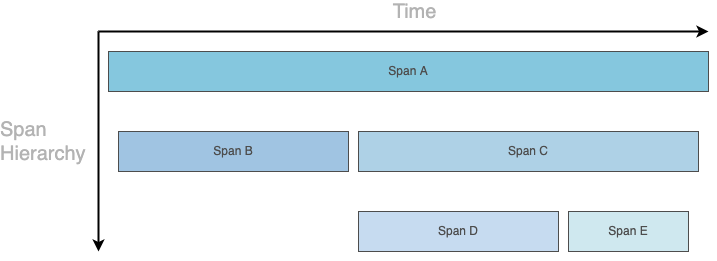
Above: docs/img/traces.png in notniknot/technical-observability-for-ml (draw.io), before the change. Source tidied: cells renumbered, new cells last; positions are measured from the earlier drawing's top-left corner, leaving out a move shared by most shapes. The source it was exported from:
```xml
<mxGraphModel>
  <root>
    <mxCell id="0" />
    <mxCell id="1" parent="0" />
    <mxCell id="2" style="group;" parent="1" vertex="1">
      <mxGeometry width="610" height="220" as="geometry" />
    </mxCell>
    <mxCell id="3" value="Span A" style="rounded=0;whiteSpace=wrap;html=1;fillColor=#85C7DE;strokeColor=#4D4D4D;fontColor=#4D4D4D;" parent="2" vertex="1">
      <mxGeometry x="10" y="20" width="600" height="40" as="geometry" />
    </mxCell>
    <mxCell id="4" value="Span B" style="rounded=0;whiteSpace=wrap;html=1;fillColor=#A0C4E2;strokeColor=#4D4D4D;fontColor=#4D4D4D;" parent="2" vertex="1">
      <mxGeometry x="20" y="100" width="230" height="40" as="geometry" />
    </mxCell>
    <mxCell id="5" value="Span C" style="rounded=0;whiteSpace=wrap;html=1;fillColor=#AED1E6;strokeColor=#4D4D4D;fontColor=#4D4D4D;" parent="2" vertex="1">
      <mxGeometry x="260" y="100" width="340" height="40" as="geometry" />
    </mxCell>
    <mxCell id="6" value="Span D" style="rounded=0;whiteSpace=wrap;html=1;fillColor=#C6DBF0;strokeColor=#4D4D4D;fontColor=#4D4D4D;" parent="2" vertex="1">
      <mxGeometry x="260" y="180" width="200" height="40" as="geometry" />
    </mxCell>
    <mxCell id="7" value="Span E" style="rounded=0;whiteSpace=wrap;html=1;fillColor=#CFE8EF;strokeColor=#4D4D4D;fontColor=#4D4D4D;" parent="2" vertex="1">
      <mxGeometry x="470" y="180" width="120" height="40" as="geometry" />
    </mxCell>
    <mxCell id="8" style="endArrow=classic;html=1;fontColor=#4D4D4D;strokeWidth=2;" parent="2" edge="1">
      <mxGeometry relative="1" as="geometry">
        <mxPoint as="sourcePoint" />
        <mxPoint x="610" as="targetPoint" />
      </mxGeometry>
    </mxCell>
    <mxCell id="9" value="Time" style="edgeLabel;html=1;align=center;verticalAlign=middle;fontColor=#B3B3B3;fontSize=20;labelBackgroundColor=none;" parent="8" vertex="1">
      <mxGeometry x="0.01" y="4" relative="1" as="geometry">
        <mxPoint x="7" y="-16" as="offset" />
      </mxGeometry>
    </mxCell>
    <mxCell id="10" style="endArrow=classic;html=1;fontColor=#4D4D4D;strokeWidth=2;" parent="2" edge="1">
      <mxGeometry relative="1" as="geometry">
        <mxPoint as="sourcePoint" />
        <mxPoint y="220" as="targetPoint" />
      </mxGeometry>
    </mxCell>
    <mxCell id="11" value="Span&lt;br&gt;Hierarchy" style="edgeLabel;html=1;align=left;verticalAlign=middle;fontColor=#B3B3B3;fontSize=20;labelBackgroundColor=none;" parent="10" vertex="1">
      <mxGeometry x="0.01" y="4" relative="1" as="geometry">
        <mxPoint x="-104" y="-2" as="offset" />
      </mxGeometry>
    </mxCell>
  </root>
</mxGraphModel>
```
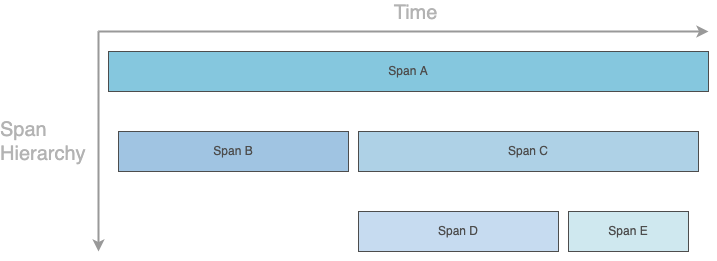
Later version of the same file.

The edit, as a diff of the source:
```diff
@@ -20,7 +20,7 @@
     <mxCell id="7" value="Span E" style="rounded=0;whiteSpace=wrap;html=1;fillColor=#CFE8EF;strokeColor=#4D4D4D;fontColor=#4D4D4D;" parent="2" vertex="1">
       <mxGeometry x="470" y="180" width="120" height="40" as="geometry" />
     </mxCell>
-    <mxCell id="8" style="endArrow=classic;html=1;fontColor=#4D4D4D;strokeWidth=2;" parent="2" edge="1">
+    <mxCell id="8" style="endArrow=classic;html=1;fontColor=#4D4D4D;strokeWidth=2;strokeColor=#999999;" parent="2" edge="1">
       <mxGeometry relative="1" as="geometry">
         <mxPoint as="sourcePoint" />
         <mxPoint x="610" as="targetPoint" />
@@ -31,7 +31,7 @@
         <mxPoint x="7" y="-16" as="offset" />
       </mxGeometry>
     </mxCell>
-    <mxCell id="10" style="endArrow=classic;html=1;fontColor=#4D4D4D;strokeWidth=2;" parent="2" edge="1">
+    <mxCell id="10" style="endArrow=classic;html=1;fontColor=#4D4D4D;strokeWidth=2;strokeColor=#999999;" parent="2" edge="1">
       <mxGeometry relative="1" as="geometry">
         <mxPoint as="sourcePoint" />
         <mxPoint y="220" as="targetPoint" />
```
